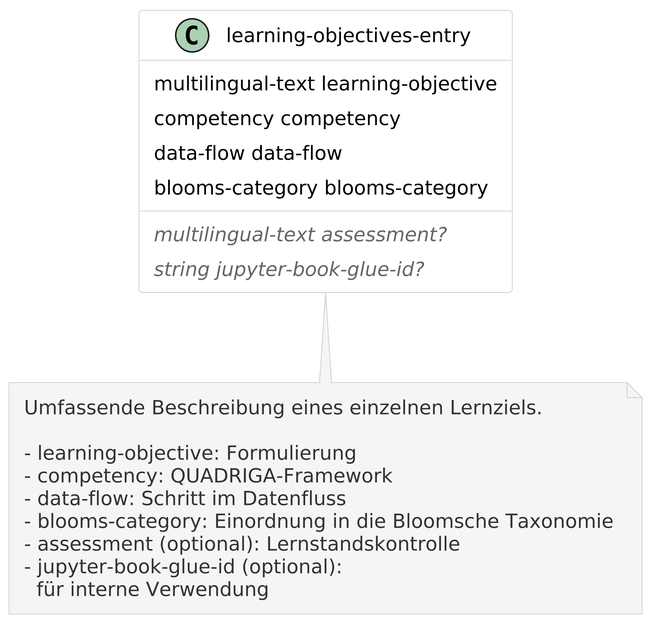
quadriga-dk/quadriga-schema keeps this PlantUML diagram as diagrams/png/learning-objectives-entry.png. Above is the earlier version.
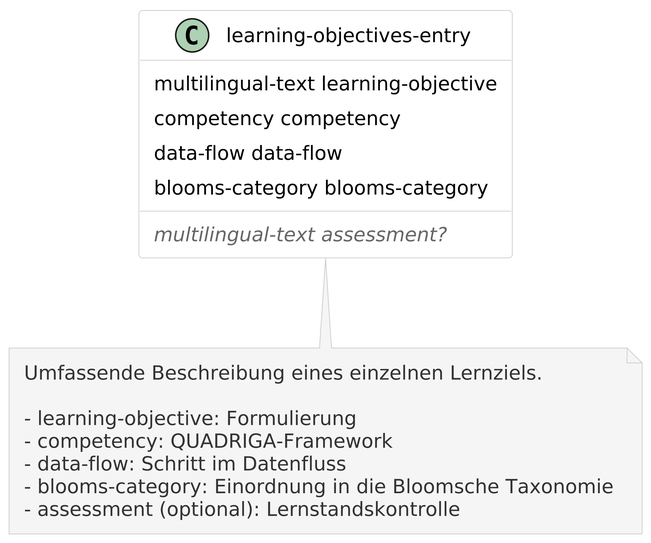
Later version of the same file.

Commit message:
fix(diagrams): remove glue-id to keep diagram up to date with schema

Change to the diagram source:
```diff
@@ -25,7 +25,6 @@
   blooms-category blooms-category
   __
   <i><color:#666666>multilingual-text assessment?</color></i>
-  <i><color:#666666>string jupyter-book-glue-id?</color></i>
 }
 
 note bottom of "learning-objectives-entry"
@@ -36,8 +35,6 @@
   - data-flow: Schritt im Datenfluss
   - blooms-category: Einordnung in die Bloomsche Taxonomie
   - assessment (optional): Lernstandskontrolle
-  - jupyter-book-glue-id (optional):
-    für interne Verwendung
 end note
 
 @enduml
```
